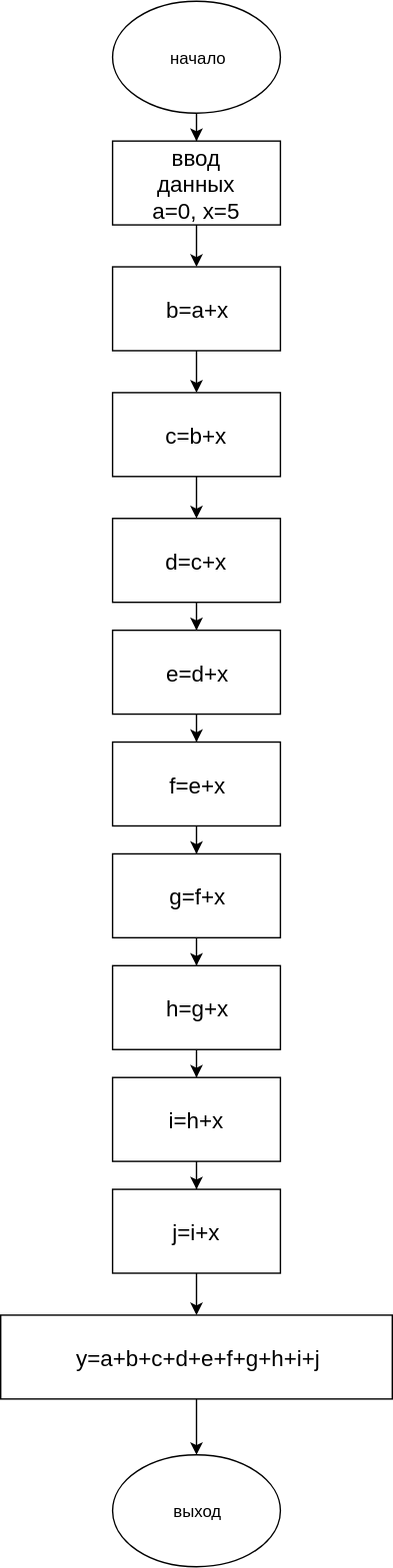
This is HW1/images/HW1_2.svg from BannovAlex/JS-HomeWorks, a draw.io export, as it was before one commit. Source tidied: cells renumbered, new cells last; positions are measured from the earlier drawing's top-left corner, leaving out a move shared by most shapes. The source it was exported from:
```xml
<mxGraphModel>
  <root>
    <mxCell id="0" />
    <mxCell id="1" parent="0" />
    <mxCell id="2" style="edgeStyle=orthogonalEdgeStyle;rounded=0;jettySize=auto;html=1;" parent="1" edge="1" source="3" target="5">
      <mxGeometry relative="1" as="geometry" />
    </mxCell>
    <mxCell id="3" style="ellipse;whiteSpace=wrap;html=1;" parent="1" vertex="1">
      <mxGeometry x="80" width="120" height="80" as="geometry" />
    </mxCell>
    <mxCell id="4" value="начало" style="text;html=1;strokeColor=none;fillColor=none;align=center;verticalAlign=middle;whiteSpace=wrap;rounded=0;" parent="1" vertex="1">
      <mxGeometry x="120" y="30" width="40" height="20" as="geometry" />
    </mxCell>
    <mxCell id="5" style="rounded=0;whiteSpace=wrap;html=1;" parent="1" vertex="1">
      <mxGeometry x="80" y="100" width="120" height="60" as="geometry" />
    </mxCell>
    <mxCell id="6" style="edgeStyle=orthogonalEdgeStyle;rounded=0;jettySize=auto;html=1;" parent="1" edge="1" target="9">
      <mxGeometry relative="1" as="geometry">
        <mxPoint x="140" y="170" as="sourcePoint" />
        <Array as="points">
          <mxPoint x="140" y="160" />
          <mxPoint x="140" y="160" />
        </Array>
      </mxGeometry>
    </mxCell>
    <mxCell id="7" value="&lt;font style=&quot;font-size: 16px&quot;&gt;ввод данных a=0, x=5&lt;/font&gt;" style="text;html=1;strokeColor=none;fillColor=none;align=center;verticalAlign=middle;whiteSpace=wrap;rounded=0;" parent="1" vertex="1">
      <mxGeometry x="100" y="110" width="80" height="40" as="geometry" />
    </mxCell>
    <mxCell id="8" style="edgeStyle=orthogonalEdgeStyle;rounded=0;jettySize=auto;html=1;" parent="1" edge="1" source="9" target="11">
      <mxGeometry relative="1" as="geometry" />
    </mxCell>
    <mxCell id="9" style="rounded=0;whiteSpace=wrap;html=1;" parent="1" vertex="1">
      <mxGeometry x="80" y="190" width="120" height="60" as="geometry" />
    </mxCell>
    <mxCell id="10" value="&lt;span style=&quot;font-size: 16px&quot;&gt;b=a+x&lt;/span&gt;" style="text;html=1;strokeColor=none;fillColor=none;align=center;verticalAlign=middle;whiteSpace=wrap;rounded=0;" parent="1" vertex="1">
      <mxGeometry x="100" y="200" width="80" height="40" as="geometry" />
    </mxCell>
    <mxCell id="11" style="rounded=0;whiteSpace=wrap;html=1;" parent="1" vertex="1">
      <mxGeometry x="80" y="280" width="120" height="60" as="geometry" />
    </mxCell>
    <mxCell id="12" style="edgeStyle=orthogonalEdgeStyle;rounded=0;jettySize=auto;html=1;" parent="1" edge="1" target="14">
      <mxGeometry relative="1" as="geometry">
        <mxPoint x="140" y="340" as="sourcePoint" />
      </mxGeometry>
    </mxCell>
    <mxCell id="13" value="&lt;span style=&quot;font-size: 16px&quot;&gt;c=b+x&lt;/span&gt;" style="text;html=1;strokeColor=none;fillColor=none;align=center;verticalAlign=middle;whiteSpace=wrap;rounded=0;" parent="1" vertex="1">
      <mxGeometry x="100" y="290" width="80" height="40" as="geometry" />
    </mxCell>
    <mxCell id="14" style="rounded=0;whiteSpace=wrap;html=1;" parent="1" vertex="1">
      <mxGeometry x="80" y="370" width="120" height="60" as="geometry" />
    </mxCell>
    <mxCell id="15" style="edgeStyle=orthogonalEdgeStyle;rounded=0;jettySize=auto;html=1;" parent="1" edge="1" target="17">
      <mxGeometry relative="1" as="geometry">
        <mxPoint x="140" y="430" as="sourcePoint" />
      </mxGeometry>
    </mxCell>
    <mxCell id="16" value="&lt;span style=&quot;font-size: 16px&quot;&gt;d=c+x&lt;/span&gt;" style="text;html=1;strokeColor=none;fillColor=none;align=center;verticalAlign=middle;whiteSpace=wrap;rounded=0;" parent="1" vertex="1">
      <mxGeometry x="100" y="380" width="80" height="40" as="geometry" />
    </mxCell>
    <mxCell id="17" style="rounded=0;whiteSpace=wrap;html=1;" parent="1" vertex="1">
      <mxGeometry x="80" y="450" width="120" height="60" as="geometry" />
    </mxCell>
    <mxCell id="18" style="edgeStyle=orthogonalEdgeStyle;rounded=0;jettySize=auto;html=1;" parent="1" edge="1" target="20">
      <mxGeometry relative="1" as="geometry">
        <mxPoint x="140" y="510" as="sourcePoint" />
      </mxGeometry>
    </mxCell>
    <mxCell id="19" value="&lt;span style=&quot;font-size: 16px&quot;&gt;e=d+x&lt;/span&gt;" style="text;html=1;strokeColor=none;fillColor=none;align=center;verticalAlign=middle;whiteSpace=wrap;rounded=0;" parent="1" vertex="1">
      <mxGeometry x="100" y="460" width="80" height="40" as="geometry" />
    </mxCell>
    <mxCell id="20" style="rounded=0;whiteSpace=wrap;html=1;" parent="1" vertex="1">
      <mxGeometry x="80" y="530" width="120" height="60" as="geometry" />
    </mxCell>
    <mxCell id="21" style="edgeStyle=orthogonalEdgeStyle;rounded=0;jettySize=auto;html=1;" parent="1" edge="1" target="23">
      <mxGeometry relative="1" as="geometry">
        <mxPoint x="140" y="590" as="sourcePoint" />
      </mxGeometry>
    </mxCell>
    <mxCell id="22" value="&lt;span style=&quot;font-size: 16px&quot;&gt;f=e+x&lt;/span&gt;" style="text;html=1;strokeColor=none;fillColor=none;align=center;verticalAlign=middle;whiteSpace=wrap;rounded=0;" parent="1" vertex="1">
      <mxGeometry x="100" y="540" width="80" height="40" as="geometry" />
    </mxCell>
    <mxCell id="23" style="rounded=0;whiteSpace=wrap;html=1;" parent="1" vertex="1">
      <mxGeometry x="80" y="610" width="120" height="60" as="geometry" />
    </mxCell>
    <mxCell id="24" style="edgeStyle=orthogonalEdgeStyle;rounded=0;jettySize=auto;html=1;" parent="1" edge="1" target="26">
      <mxGeometry relative="1" as="geometry">
        <mxPoint x="140" y="670" as="sourcePoint" />
      </mxGeometry>
    </mxCell>
    <mxCell id="25" value="&lt;span style=&quot;font-size: 16px&quot;&gt;g=f+x&lt;/span&gt;" style="text;html=1;strokeColor=none;fillColor=none;align=center;verticalAlign=middle;whiteSpace=wrap;rounded=0;" parent="1" vertex="1">
      <mxGeometry x="100" y="620" width="80" height="40" as="geometry" />
    </mxCell>
    <mxCell id="26" style="rounded=0;whiteSpace=wrap;html=1;" parent="1" vertex="1">
      <mxGeometry x="80" y="690" width="120" height="60" as="geometry" />
    </mxCell>
    <mxCell id="27" style="edgeStyle=orthogonalEdgeStyle;rounded=0;jettySize=auto;html=1;" parent="1" edge="1" target="29">
      <mxGeometry relative="1" as="geometry">
        <mxPoint x="140" y="750" as="sourcePoint" />
      </mxGeometry>
    </mxCell>
    <mxCell id="28" value="&lt;span style=&quot;font-size: 16px&quot;&gt;h=g+x&lt;/span&gt;" style="text;html=1;strokeColor=none;fillColor=none;align=center;verticalAlign=middle;whiteSpace=wrap;rounded=0;" parent="1" vertex="1">
      <mxGeometry x="100" y="700" width="80" height="40" as="geometry" />
    </mxCell>
    <mxCell id="29" style="rounded=0;whiteSpace=wrap;html=1;" parent="1" vertex="1">
      <mxGeometry x="80" y="770" width="120" height="60" as="geometry" />
    </mxCell>
    <mxCell id="30" style="edgeStyle=orthogonalEdgeStyle;rounded=0;jettySize=auto;html=1;exitX=0.5;exitY=1;exitDx=0;exitDy=0;" parent="1" edge="1" source="29" target="32">
      <mxGeometry relative="1" as="geometry" />
    </mxCell>
    <mxCell id="31" value="&lt;span style=&quot;font-size: 16px&quot;&gt;i=h+x&lt;/span&gt;" style="text;html=1;strokeColor=none;fillColor=none;align=center;verticalAlign=middle;whiteSpace=wrap;rounded=0;" parent="1" vertex="1">
      <mxGeometry x="100" y="780" width="80" height="40" as="geometry" />
    </mxCell>
    <mxCell id="32" style="rounded=0;whiteSpace=wrap;html=1;" parent="1" vertex="1">
      <mxGeometry x="80" y="850" width="120" height="60" as="geometry" />
    </mxCell>
    <mxCell id="33" style="edgeStyle=orthogonalEdgeStyle;rounded=0;jettySize=auto;html=1;exitX=0.5;exitY=1;exitDx=0;exitDy=0;" parent="1" edge="1" source="32" target="36">
      <mxGeometry relative="1" as="geometry" />
    </mxCell>
    <mxCell id="34" value="&lt;span style=&quot;font-size: 16px&quot;&gt;j=i+x&lt;/span&gt;" style="text;html=1;strokeColor=none;fillColor=none;align=center;verticalAlign=middle;whiteSpace=wrap;rounded=0;" parent="1" vertex="1">
      <mxGeometry x="100" y="860" width="80" height="40" as="geometry" />
    </mxCell>
    <mxCell id="35" style="edgeStyle=orthogonalEdgeStyle;rounded=0;jettySize=auto;html=1;" parent="1" edge="1" source="36" target="38">
      <mxGeometry relative="1" as="geometry" />
    </mxCell>
    <mxCell id="36" style="rounded=0;whiteSpace=wrap;html=1;" parent="1" vertex="1">
      <mxGeometry y="940" width="280" height="60" as="geometry" />
    </mxCell>
    <mxCell id="37" value="&lt;span style=&quot;font-size: 16px&quot;&gt;y=a+b+c+d+e+f+g+h+i+j&lt;/span&gt;" style="text;html=1;strokeColor=none;fillColor=none;align=center;verticalAlign=middle;whiteSpace=wrap;rounded=0;" parent="1" vertex="1">
      <mxGeometry x="43" y="950" width="197" height="40" as="geometry" />
    </mxCell>
    <mxCell id="38" style="ellipse;whiteSpace=wrap;html=1;" parent="1" vertex="1">
      <mxGeometry x="80" y="1040" width="120" height="80" as="geometry" />
    </mxCell>
    <mxCell id="39" value="выход&lt;br&gt;" style="text;html=1;strokeColor=none;fillColor=none;align=center;verticalAlign=middle;whiteSpace=wrap;rounded=0;" parent="1" vertex="1">
      <mxGeometry x="120" y="1070" width="40" height="20" as="geometry" />
    </mxCell>
  </root>
</mxGraphModel>
```
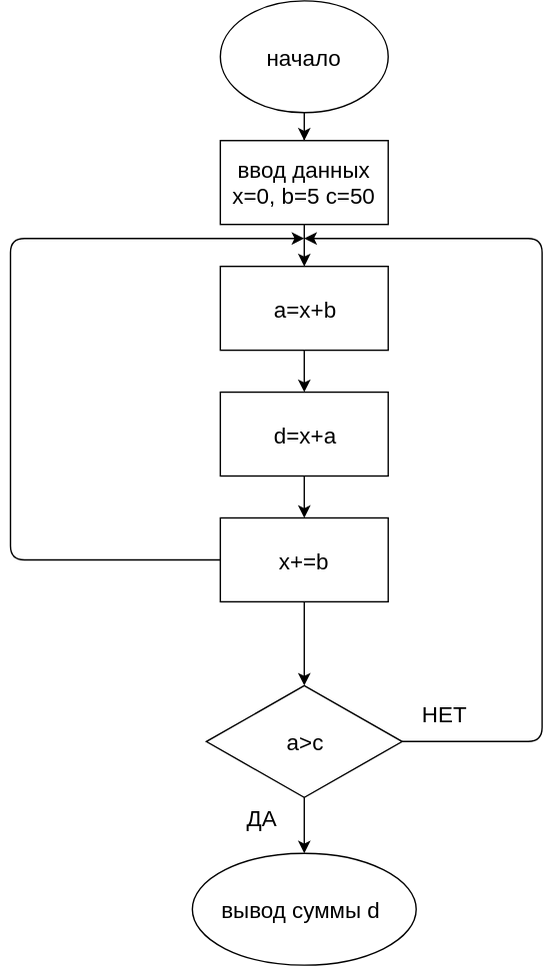
The same file after the commit.

Diff of the diagram source:
```diff
@@ -8,7 +8,7 @@
     <mxCell id="3" style="ellipse;whiteSpace=wrap;html=1;" parent="1" vertex="1">
       <mxGeometry x="80" width="120" height="80" as="geometry" />
     </mxCell>
-    <mxCell id="4" value="начало" style="text;html=1;strokeColor=none;fillColor=none;align=center;verticalAlign=middle;whiteSpace=wrap;rounded=0;" parent="1" vertex="1">
+    <mxCell id="4" value="начало" style="text;html=1;strokeColor=none;fillColor=none;align=center;verticalAlign=middle;whiteSpace=wrap;rounded=0;fontSize=16;" parent="1" vertex="1">
       <mxGeometry x="120" y="30" width="40" height="20" as="geometry" />
     </mxCell>
     <mxCell id="5" style="rounded=0;whiteSpace=wrap;html=1;" parent="1" vertex="1">
@@ -23,116 +23,70 @@
         </Array>
       </mxGeometry>
     </mxCell>
-    <mxCell id="7" value="&lt;font style=&quot;font-size: 16px&quot;&gt;ввод данных a=0, x=5&lt;/font&gt;" style="text;html=1;strokeColor=none;fillColor=none;align=center;verticalAlign=middle;whiteSpace=wrap;rounded=0;" parent="1" vertex="1">
-      <mxGeometry x="100" y="110" width="80" height="40" as="geometry" />
+    <mxCell id="7" value="&lt;font style=&quot;font-size: 16px&quot;&gt;ввод данных x=0, b=5 c=50&lt;/font&gt;" style="text;html=1;strokeColor=none;fillColor=none;align=center;verticalAlign=middle;whiteSpace=wrap;rounded=0;" parent="1" vertex="1">
+      <mxGeometry x="80" y="110" width="120" height="40" as="geometry" />
     </mxCell>
-    <mxCell id="8" style="edgeStyle=orthogonalEdgeStyle;rounded=0;jettySize=auto;html=1;" parent="1" edge="1" source="9" target="11">
-      <mxGeometry relative="1" as="geometry" />
-    </mxCell>
     <mxCell id="9" style="rounded=0;whiteSpace=wrap;html=1;" parent="1" vertex="1">
       <mxGeometry x="80" y="190" width="120" height="60" as="geometry" />
     </mxCell>
-    <mxCell id="10" value="&lt;span style=&quot;font-size: 16px&quot;&gt;b=a+x&lt;/span&gt;" style="text;html=1;strokeColor=none;fillColor=none;align=center;verticalAlign=middle;whiteSpace=wrap;rounded=0;" parent="1" vertex="1">
+    <mxCell id="10" value="&lt;span style=&quot;font-size: 16px&quot;&gt;a=x+b&lt;/span&gt;" style="text;html=1;strokeColor=none;fillColor=none;align=center;verticalAlign=middle;whiteSpace=wrap;rounded=0;" parent="1" vertex="1">
       <mxGeometry x="100" y="200" width="80" height="40" as="geometry" />
     </mxCell>
     <mxCell id="11" style="rounded=0;whiteSpace=wrap;html=1;" parent="1" vertex="1">
-      <mxGeometry x="80" y="280" width="120" height="60" as="geometry" />
+      <mxGeometry x="80" y="370" width="120" height="60" as="geometry" />
     </mxCell>
-    <mxCell id="12" style="edgeStyle=orthogonalEdgeStyle;rounded=0;jettySize=auto;html=1;" parent="1" edge="1" target="14">
-      <mxGeometry relative="1" as="geometry">
-        <mxPoint x="140" y="340" as="sourcePoint" />
-      </mxGeometry>
-    </mxCell>
-    <mxCell id="13" value="&lt;span style=&quot;font-size: 16px&quot;&gt;c=b+x&lt;/span&gt;" style="text;html=1;strokeColor=none;fillColor=none;align=center;verticalAlign=middle;whiteSpace=wrap;rounded=0;" parent="1" vertex="1">
-      <mxGeometry x="100" y="290" width="80" height="40" as="geometry" />
+    <mxCell id="13" value="&lt;span style=&quot;font-size: 16px&quot;&gt;x+=b&lt;br&gt;&lt;/span&gt;" style="text;html=1;strokeColor=none;fillColor=none;align=center;verticalAlign=middle;whiteSpace=wrap;rounded=0;" parent="1" vertex="1">
+      <mxGeometry x="100" y="380" width="80" height="40" as="geometry" />
     </mxCell>
-    <mxCell id="14" style="rounded=0;whiteSpace=wrap;html=1;" parent="1" vertex="1">
-      <mxGeometry x="80" y="370" width="120" height="60" as="geometry" />
-    </mxCell>
-    <mxCell id="15" style="edgeStyle=orthogonalEdgeStyle;rounded=0;jettySize=auto;html=1;" parent="1" edge="1" target="17">
-      <mxGeometry relative="1" as="geometry">
-        <mxPoint x="140" y="430" as="sourcePoint" />
-      </mxGeometry>
-    </mxCell>
-    <mxCell id="16" value="&lt;span style=&quot;font-size: 16px&quot;&gt;d=c+x&lt;/span&gt;" style="text;html=1;strokeColor=none;fillColor=none;align=center;verticalAlign=middle;whiteSpace=wrap;rounded=0;" parent="1" vertex="1">
-      <mxGeometry x="100" y="380" width="80" height="40" as="geometry" />
-    </mxCell>
-    <mxCell id="17" style="rounded=0;whiteSpace=wrap;html=1;" parent="1" vertex="1">
-      <mxGeometry x="80" y="450" width="120" height="60" as="geometry" />
-    </mxCell>
-    <mxCell id="18" style="edgeStyle=orthogonalEdgeStyle;rounded=0;jettySize=auto;html=1;" parent="1" edge="1" target="20">
-      <mxGeometry relative="1" as="geometry">
-        <mxPoint x="140" y="510" as="sourcePoint" />
-      </mxGeometry>
-    </mxCell>
-    <mxCell id="19" value="&lt;span style=&quot;font-size: 16px&quot;&gt;e=d+x&lt;/span&gt;" style="text;html=1;strokeColor=none;fillColor=none;align=center;verticalAlign=middle;whiteSpace=wrap;rounded=0;" parent="1" vertex="1">
-      <mxGeometry x="100" y="460" width="80" height="40" as="geometry" />
-    </mxCell>
-    <mxCell id="20" style="rounded=0;whiteSpace=wrap;html=1;" parent="1" vertex="1">
-      <mxGeometry x="80" y="530" width="120" height="60" as="geometry" />
-    </mxCell>
-    <mxCell id="21" style="edgeStyle=orthogonalEdgeStyle;rounded=0;jettySize=auto;html=1;" parent="1" edge="1" target="23">
-      <mxGeometry relative="1" as="geometry">
-        <mxPoint x="140" y="590" as="sourcePoint" />
-      </mxGeometry>
-    </mxCell>
-    <mxCell id="22" value="&lt;span style=&quot;font-size: 16px&quot;&gt;f=e+x&lt;/span&gt;" style="text;html=1;strokeColor=none;fillColor=none;align=center;verticalAlign=middle;whiteSpace=wrap;rounded=0;" parent="1" vertex="1">
-      <mxGeometry x="100" y="540" width="80" height="40" as="geometry" />
-    </mxCell>
-    <mxCell id="23" style="rounded=0;whiteSpace=wrap;html=1;" parent="1" vertex="1">
-      <mxGeometry x="80" y="610" width="120" height="60" as="geometry" />
-    </mxCell>
-    <mxCell id="24" style="edgeStyle=orthogonalEdgeStyle;rounded=0;jettySize=auto;html=1;" parent="1" edge="1" target="26">
-      <mxGeometry relative="1" as="geometry">
-        <mxPoint x="140" y="670" as="sourcePoint" />
-      </mxGeometry>
-    </mxCell>
-    <mxCell id="25" value="&lt;span style=&quot;font-size: 16px&quot;&gt;g=f+x&lt;/span&gt;" style="text;html=1;strokeColor=none;fillColor=none;align=center;verticalAlign=middle;whiteSpace=wrap;rounded=0;" parent="1" vertex="1">
-      <mxGeometry x="100" y="620" width="80" height="40" as="geometry" />
-    </mxCell>
-    <mxCell id="26" style="rounded=0;whiteSpace=wrap;html=1;" parent="1" vertex="1">
-      <mxGeometry x="80" y="690" width="120" height="60" as="geometry" />
-    </mxCell>
-    <mxCell id="27" style="edgeStyle=orthogonalEdgeStyle;rounded=0;jettySize=auto;html=1;" parent="1" edge="1" target="29">
-      <mxGeometry relative="1" as="geometry">
-        <mxPoint x="140" y="750" as="sourcePoint" />
-      </mxGeometry>
-    </mxCell>
-    <mxCell id="28" value="&lt;span style=&quot;font-size: 16px&quot;&gt;h=g+x&lt;/span&gt;" style="text;html=1;strokeColor=none;fillColor=none;align=center;verticalAlign=middle;whiteSpace=wrap;rounded=0;" parent="1" vertex="1">
-      <mxGeometry x="100" y="700" width="80" height="40" as="geometry" />
-    </mxCell>
-    <mxCell id="29" style="rounded=0;whiteSpace=wrap;html=1;" parent="1" vertex="1">
-      <mxGeometry x="80" y="770" width="120" height="60" as="geometry" />
-    </mxCell>
-    <mxCell id="30" style="edgeStyle=orthogonalEdgeStyle;rounded=0;jettySize=auto;html=1;exitX=0.5;exitY=1;exitDx=0;exitDy=0;" parent="1" edge="1" source="29" target="32">
-      <mxGeometry relative="1" as="geometry" />
-    </mxCell>
-    <mxCell id="31" value="&lt;span style=&quot;font-size: 16px&quot;&gt;i=h+x&lt;/span&gt;" style="text;html=1;strokeColor=none;fillColor=none;align=center;verticalAlign=middle;whiteSpace=wrap;rounded=0;" parent="1" vertex="1">
-      <mxGeometry x="100" y="780" width="80" height="40" as="geometry" />
-    </mxCell>
-    <mxCell id="32" style="rounded=0;whiteSpace=wrap;html=1;" parent="1" vertex="1">
-      <mxGeometry x="80" y="850" width="120" height="60" as="geometry" />
-    </mxCell>
-    <mxCell id="33" style="edgeStyle=orthogonalEdgeStyle;rounded=0;jettySize=auto;html=1;exitX=0.5;exitY=1;exitDx=0;exitDy=0;" parent="1" edge="1" source="32" target="36">
-      <mxGeometry relative="1" as="geometry" />
-    </mxCell>
-    <mxCell id="34" value="&lt;span style=&quot;font-size: 16px&quot;&gt;j=i+x&lt;/span&gt;" style="text;html=1;strokeColor=none;fillColor=none;align=center;verticalAlign=middle;whiteSpace=wrap;rounded=0;" parent="1" vertex="1">
-      <mxGeometry x="100" y="860" width="80" height="40" as="geometry" />
-    </mxCell>
-    <mxCell id="35" style="edgeStyle=orthogonalEdgeStyle;rounded=0;jettySize=auto;html=1;" parent="1" edge="1" source="36" target="38">
-      <mxGeometry relative="1" as="geometry" />
-    </mxCell>
-    <mxCell id="36" style="rounded=0;whiteSpace=wrap;html=1;" parent="1" vertex="1">
-      <mxGeometry y="940" width="280" height="60" as="geometry" />
-    </mxCell>
-    <mxCell id="37" value="&lt;span style=&quot;font-size: 16px&quot;&gt;y=a+b+c+d+e+f+g+h+i+j&lt;/span&gt;" style="text;html=1;strokeColor=none;fillColor=none;align=center;verticalAlign=middle;whiteSpace=wrap;rounded=0;" parent="1" vertex="1">
-      <mxGeometry x="43" y="950" width="197" height="40" as="geometry" />
-    </mxCell>
-    <mxCell id="38" style="ellipse;whiteSpace=wrap;html=1;" parent="1" vertex="1">
-      <mxGeometry x="80" y="1040" width="120" height="80" as="geometry" />
-    </mxCell>
-    <mxCell id="39" value="выход&lt;br&gt;" style="text;html=1;strokeColor=none;fillColor=none;align=center;verticalAlign=middle;whiteSpace=wrap;rounded=0;" parent="1" vertex="1">
-      <mxGeometry x="120" y="1070" width="40" height="20" as="geometry" />
-    </mxCell>
+    <mxCell id="40" style="rounded=0;whiteSpace=wrap;html=1;" parent="1" vertex="1">
+      <mxGeometry x="80" y="280" width="120" height="60" as="geometry" />
+    </mxCell>
+    <mxCell id="41" value="d=x+a" style="text;html=1;strokeColor=none;fillColor=none;align=center;verticalAlign=middle;whiteSpace=wrap;rounded=0;fontSize=16;" parent="1" vertex="1">
+      <mxGeometry x="90" y="290" width="100" height="40" as="geometry" />
+    </mxCell>
+    <mxCell id="42" style="endArrow=classic;html=1;fontSize=16;exitX=0.5;exitY=1;exitDx=0;exitDy=0;" parent="1" edge="1" source="9">
+      <mxGeometry relative="1" as="geometry">
+        <mxPoint x="140" y="280" as="targetPoint" />
+      </mxGeometry>
+    </mxCell>
+    <mxCell id="43" style="endArrow=classic;html=1;fontSize=16;exitX=0.5;exitY=1;exitDx=0;exitDy=0;entryX=0.5;entryY=0;entryDx=0;entryDy=0;" parent="1" edge="1" source="40" target="11">
+      <mxGeometry relative="1" as="geometry" />
+    </mxCell>
+    <mxCell id="44" style="endArrow=classic;html=1;fontSize=16;exitX=0;exitY=0.5;exitDx=0;exitDy=0;" parent="1" edge="1" source="11">
+      <mxGeometry relative="1" as="geometry">
+        <mxPoint x="140" y="170" as="targetPoint" />
+        <Array as="points">
+          <mxPoint x="-70" y="400" />
+          <mxPoint x="-70" y="170" />
+        </Array>
+      </mxGeometry>
+    </mxCell>
+    <mxCell id="45" style="endArrow=classic;html=1;fontSize=16;exitX=0.5;exitY=1;exitDx=0;exitDy=0;" parent="1" edge="1" source="11" target="46">
+      <mxGeometry relative="1" as="geometry" />
+    </mxCell>
+    <mxCell id="46" value="&lt;font style=&quot;font-size: 16px&quot;&gt;a&amp;gt;c&lt;/font&gt;" style="rhombus;whiteSpace=wrap;html=1;" parent="1" vertex="1">
+      <mxGeometry x="70" y="490" width="140" height="80" as="geometry" />
+    </mxCell>
+    <mxCell id="47" style="endArrow=classic;html=1;fontSize=16;exitX=0.5;exitY=1;exitDx=0;exitDy=0;" parent="1" edge="1" source="46" target="48">
+      <mxGeometry relative="1" as="geometry" />
+    </mxCell>
+    <mxCell id="48" value="&lt;font style=&quot;font-size: 16px&quot;&gt;вывод суммы d&amp;nbsp;&lt;/font&gt;" style="ellipse;whiteSpace=wrap;html=1;" parent="1" vertex="1">
+      <mxGeometry x="60" y="610" width="160" height="80" as="geometry" />
+    </mxCell>
+    <mxCell id="49" value="ДА" style="text;html=1;strokeColor=none;fillColor=none;align=center;verticalAlign=middle;whiteSpace=wrap;rounded=0;fontSize=16;" parent="1" vertex="1">
+      <mxGeometry x="90" y="574" width="40" height="20" as="geometry" />
+    </mxCell>
+    <mxCell id="50" style="endArrow=classic;html=1;fontSize=16;exitX=1;exitY=0.5;exitDx=0;exitDy=0;" parent="1" edge="1" source="46">
+      <mxGeometry relative="1" as="geometry">
+        <mxPoint x="140" y="170" as="targetPoint" />
+        <Array as="points">
+          <mxPoint x="310" y="530" />
+          <mxPoint x="310" y="170" />
+        </Array>
+      </mxGeometry>
+    </mxCell>
+    <mxCell id="51" value="НЕТ" style="text;html=1;strokeColor=none;fillColor=none;align=center;verticalAlign=middle;whiteSpace=wrap;rounded=0;fontSize=16;" parent="1" vertex="1">
+      <mxGeometry x="220" y="500" width="40" height="20" as="geometry" />
+    </mxCell>
   </root>
 </mxGraphModel>
```
